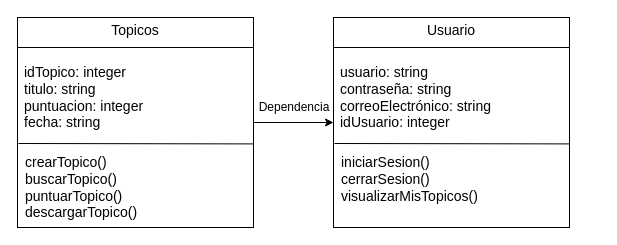
Before: Diagrams/Diagrama_Clases.drawio in IvanRenteria/Analisis-Avanzado-de-Software, a draw.io diagram. Source tidied: cells renumbered, new cells numbered last; positions are measured from the earlier drawing's top-left corner, leaving out a move shared by most shapes. Both pictures are drawn from the tidied source at 100%, with x=0, y=0 at pixel (17, 17).
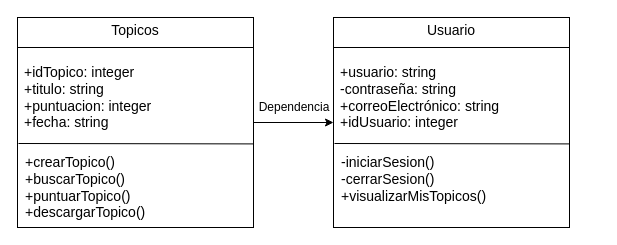
The same page after the edit.

The edit, as a diff of the source:
```diff
@@
 <mxGraphModel>
   <root>
     <mxCell id="0" />
     <mxCell id="1" parent="0" />
     <mxCell id="2" style="edgeStyle=orthogonalEdgeStyle;rounded=0;jettySize=auto;html=1;entryX=0;entryY=0.5;entryDx=0;entryDy=0;" parent="1" edge="1" source="3" target="8">
       <mxGeometry relative="1" as="geometry" />
     </mxCell>
     <mxCell id="3" style="shape=internalStorage;whiteSpace=wrap;html=1;backgroundOutline=1;dx=0;dy=30;" parent="1" vertex="1">
       <mxGeometry width="236" height="210" as="geometry" />
     </mxCell>
     <mxCell id="4" value="&lt;font style=&quot;font-size: 14px&quot;&gt;Topicos&lt;/font&gt;" style="text;html=1;strokeColor=none;fillColor=none;align=center;verticalAlign=middle;whiteSpace=wrap;rounded=0;" parent="1" vertex="1">
       <mxGeometry x="98" y="3" width="40" height="20" as="geometry" />
     </mxCell>
-    <mxCell id="5" value="&lt;font style=&quot;font-size: 14px&quot;&gt;crearTopico()&lt;br&gt;buscarTopico()&lt;br&gt;puntuarTopico()&lt;br&gt;descargarTopico()&lt;/font&gt;" style="text;html=1;strokeColor=none;fillColor=none;align=left;verticalAlign=middle;whiteSpace=wrap;rounded=0;" parent="1" vertex="1">
+    <mxCell id="5" value="&lt;font style=&quot;font-size: 14px&quot;&gt;+crearTopico()&lt;br&gt;+buscarTopico()&lt;br&gt;+puntuarTopico()&lt;br&gt;+descargarTopico()&lt;/font&gt;" style="text;html=1;strokeColor=none;fillColor=none;align=left;verticalAlign=middle;whiteSpace=wrap;rounded=0;" parent="1" vertex="1">
       <mxGeometry x="5.5" y="140" width="260" height="60" as="geometry" />
     </mxCell>
-    <mxCell id="6" value="&lt;div&gt;&lt;span style=&quot;font-size: 14px&quot;&gt;idTopico: integer&lt;/span&gt;&lt;/div&gt;&lt;div&gt;&lt;span style=&quot;font-size: 14px&quot;&gt;titulo: string&lt;/span&gt;&lt;/div&gt;&lt;div&gt;&lt;span style=&quot;font-size: 14px&quot;&gt;puntuacion: integer&lt;/span&gt;&lt;/div&gt;&lt;div&gt;&lt;span style=&quot;font-size: 14px&quot;&gt;fecha: string&lt;/span&gt;&lt;/div&gt;" style="text;html=1;strokeColor=none;fillColor=none;align=left;verticalAlign=middle;whiteSpace=wrap;rounded=0;" parent="1" vertex="1">
+    <mxCell id="6" value="&lt;div&gt;&lt;span style=&quot;font-size: 14px&quot;&gt;+idTopico: integer&lt;/span&gt;&lt;/div&gt;&lt;div&gt;&lt;span style=&quot;font-size: 14px&quot;&gt;+titulo: string&lt;/span&gt;&lt;/div&gt;&lt;div&gt;&lt;span style=&quot;font-size: 14px&quot;&gt;+puntuacion: integer&lt;/span&gt;&lt;/div&gt;&lt;div&gt;&lt;span style=&quot;font-size: 14px&quot;&gt;+fecha: string&lt;/span&gt;&lt;/div&gt;" style="text;html=1;strokeColor=none;fillColor=none;align=left;verticalAlign=middle;whiteSpace=wrap;rounded=0;" parent="1" vertex="1">
       <mxGeometry x="5" y="40" width="221" height="80" as="geometry" />
     </mxCell>
     <mxCell id="7" style="endArrow=none;html=1;entryX=1.002;entryY=0.602;entryDx=0;entryDy=0;entryPerimeter=0;" parent="1" edge="1" target="3">
       <mxGeometry relative="1" as="geometry">
         <mxPoint x="1" y="126" as="sourcePoint" />
       </mxGeometry>
     </mxCell>
     <mxCell id="8" style="shape=internalStorage;whiteSpace=wrap;html=1;backgroundOutline=1;dx=0;dy=30;" parent="1" vertex="1">
       <mxGeometry x="316" width="236" height="210" as="geometry" />
     </mxCell>
     <mxCell id="9" value="&lt;span style=&quot;font-size: 14px&quot;&gt;Usuario&lt;/span&gt;" style="text;html=1;strokeColor=none;fillColor=none;align=center;verticalAlign=middle;whiteSpace=wrap;rounded=0;" parent="1" vertex="1">
       <mxGeometry x="414" y="3" width="40" height="20" as="geometry" />
     </mxCell>
-    <mxCell id="10" value="&lt;span style=&quot;font-size: 14px&quot;&gt;iniciarSesion()&lt;br&gt;cerrarSesion()&lt;br&gt;visualizarMisTopicos()&lt;br&gt;&lt;br&gt;&lt;/span&gt;" style="text;html=1;strokeColor=none;fillColor=none;align=left;verticalAlign=middle;whiteSpace=wrap;rounded=0;" parent="1" vertex="1">
+    <mxCell id="10" value="&lt;span style=&quot;font-size: 14px&quot;&gt;-iniciarSesion()&lt;br&gt;-cerrarSesion()&lt;br&gt;+visualizarMisTopicos()&lt;br&gt;&lt;br&gt;&lt;/span&gt;" style="text;html=1;strokeColor=none;fillColor=none;align=left;verticalAlign=middle;whiteSpace=wrap;rounded=0;" parent="1" vertex="1">
       <mxGeometry x="321.5" y="140" width="260" height="60" as="geometry" />
     </mxCell>
-    <mxCell id="11" value="&lt;div&gt;&lt;span&gt;&lt;font style=&quot;font-size: 14px&quot;&gt;usuario: string&lt;/font&gt;&lt;/span&gt;&lt;/div&gt;&lt;div&gt;&lt;span&gt;&lt;font style=&quot;font-size: 14px&quot;&gt;contraseña: string&lt;/font&gt;&lt;/span&gt;&lt;/div&gt;&lt;div&gt;&lt;span&gt;&lt;font style=&quot;font-size: 14px&quot;&gt;correoElectrónico: string&lt;/font&gt;&lt;/span&gt;&lt;/div&gt;&lt;div&gt;&lt;span&gt;&lt;font style=&quot;font-size: 14px&quot;&gt;idUsuario: integer&lt;/font&gt;&lt;/span&gt;&lt;/div&gt;" style="text;html=1;strokeColor=none;fillColor=none;align=left;verticalAlign=middle;whiteSpace=wrap;rounded=0;" parent="1" vertex="1">
+    <mxCell id="11" value="&lt;div&gt;&lt;span&gt;&lt;font style=&quot;font-size: 14px&quot;&gt;+usuario: string&lt;/font&gt;&lt;/span&gt;&lt;/div&gt;&lt;div&gt;&lt;span&gt;&lt;font style=&quot;font-size: 14px&quot;&gt;-contraseña: string&lt;/font&gt;&lt;/span&gt;&lt;/div&gt;&lt;div&gt;&lt;span&gt;&lt;font style=&quot;font-size: 14px&quot;&gt;+correoElectrónico: string&lt;/font&gt;&lt;/span&gt;&lt;/div&gt;&lt;div&gt;&lt;span&gt;&lt;font style=&quot;font-size: 14px&quot;&gt;+idUsuario: integer&lt;/font&gt;&lt;/span&gt;&lt;/div&gt;" style="text;html=1;strokeColor=none;fillColor=none;align=left;verticalAlign=middle;whiteSpace=wrap;rounded=0;" parent="1" vertex="1">
       <mxGeometry x="321" y="40" width="261" height="80" as="geometry" />
     </mxCell>
     <mxCell id="12" style="endArrow=none;html=1;entryX=1.002;entryY=0.602;entryDx=0;entryDy=0;entryPerimeter=0;" parent="1" edge="1" target="8">
       <mxGeometry relative="1" as="geometry">
         <mxPoint x="317" y="126" as="sourcePoint" />
       </mxGeometry>
     </mxCell>
     <mxCell id="13" value="Dependencia" style="text;html=1;strokeColor=none;fillColor=none;align=center;verticalAlign=middle;whiteSpace=wrap;rounded=0;" parent="1" vertex="1">
       <mxGeometry x="256.5" y="80" width="40" height="20" as="geometry" />
     </mxCell>
   </root>
 </mxGraphModel>
```
